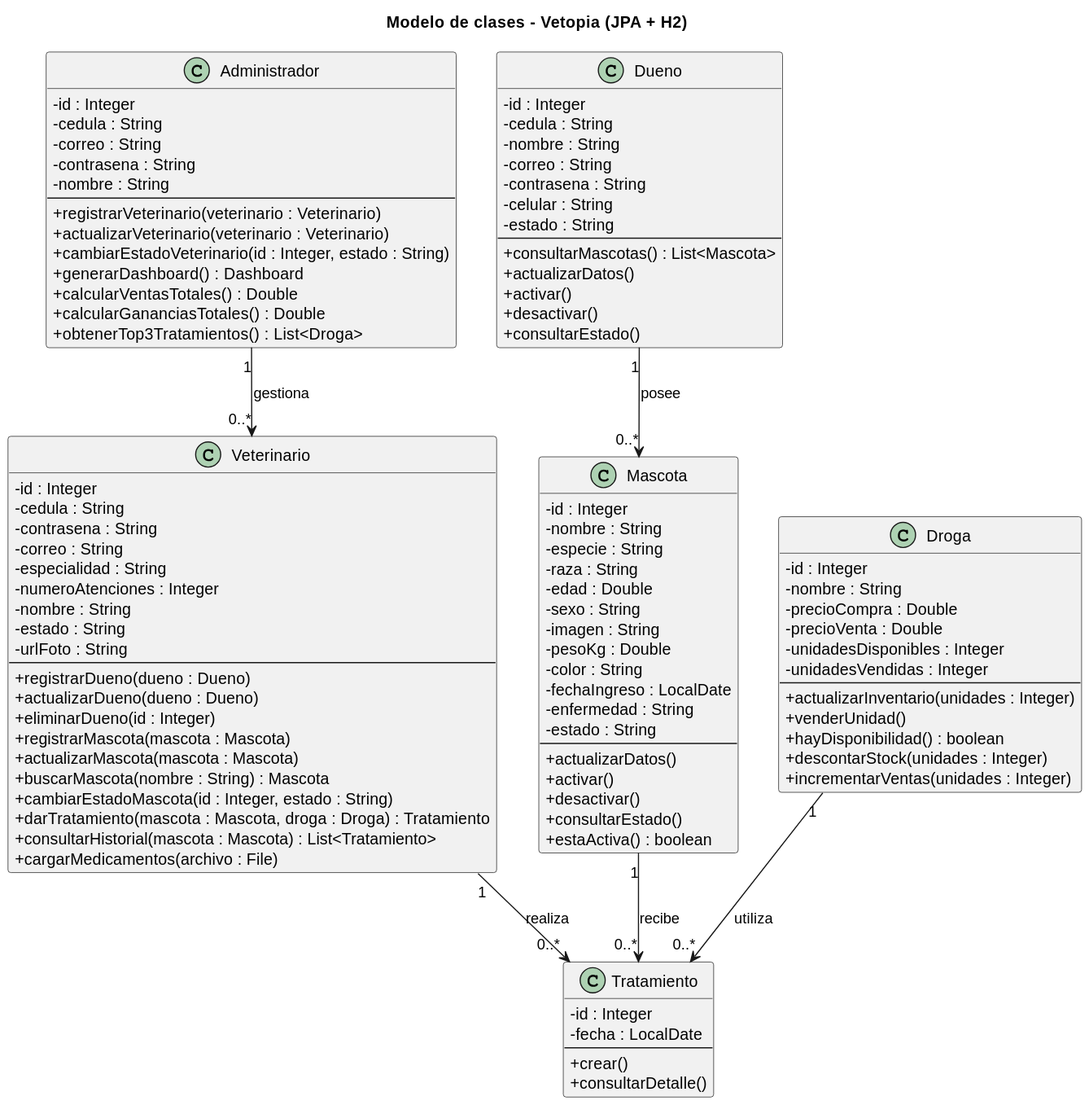
Above: docs/diagrams/class-diagram.svg in juandrodriguezf/veterinaria-web (PlantUML), before the change. Source of this version:
```plantuml
@startuml

title Modelo de clases - Vetopia (JPA + H2)

skinparam backgroundColor #FFFFFF
skinparam defaultFontName sans-serif
skinparam classAttributeIconSize 0
skinparam class {
  BackgroundColor #F1F1F1
  BorderColor #181818
}

class Administrador {
  - id : Integer
  - cedula : String
  - correo : String
  - contrasena : String
  - nombre : String
  --
  + registrarVeterinario(veterinario : Veterinario)
  + actualizarVeterinario(veterinario : Veterinario)
  + cambiarEstadoVeterinario(id : Integer, estado : String)
  + generarDashboard() : Dashboard
  + calcularVentasTotales() : Double
  + calcularGananciasTotales() : Double
  + obtenerTop3Tratamientos() : List<Droga>
}

class Dueno {
  - id : Integer
  - cedula : String
  - nombre : String
  - correo : String
  - contrasena : String
  - celular : String
  - estado : String
  --
  + consultarMascotas() : List<Mascota>
  + actualizarDatos()
  + activar()
  + desactivar()
  + consultarEstado()
}

class Veterinario {
  - id : Integer
  - cedula : String
  - contrasena : String
  - correo : String
  - especialidad : String
  - numeroAtenciones : Integer
  - nombre : String
  - estado : String
  - urlFoto : String
  --
  + registrarDueno(dueno : Dueno)
  + actualizarDueno(dueno : Dueno)
  + eliminarDueno(id : Integer)
  + registrarMascota(mascota : Mascota)
  + actualizarMascota(mascota : Mascota)
  + buscarMascota(nombre : String) : Mascota
  + cambiarEstadoMascota(id : Integer, estado : String)
  + darTratamiento(mascota : Mascota, droga : Droga) : Tratamiento
  + consultarHistorial(mascota : Mascota) : List<Tratamiento>
  + cargarMedicamentos(archivo : File)
}

class Mascota {
  - id : Integer
  - nombre : String
  - especie : String
  - raza : String
  - edad : Double
  - sexo : String
  - imagen : String
  - pesoKg : Double
  - color : String
  - fechaIngreso : LocalDate
  - enfermedad : String
  - estado : String
  --
  + actualizarDatos()
  + activar()
  + desactivar()
  + consultarEstado()
  + estaActiva() : boolean
}

class Tratamiento {
  - id : Integer
  - fecha : LocalDate
  --
  + crear()
  + consultarDetalle()
}

class Droga {
  - id : Integer
  - nombre : String
  - precioCompra : Double
  - precioVenta : Double
  - unidadesDisponibles : Integer
  - unidadesVendidas : Integer
  --
  + actualizarInventario(unidades : Integer)
  + venderUnidad()
  + hayDisponibilidad() : boolean
  + descontarStock(unidades : Integer)
  + incrementarVentas(unidades : Integer)
}

Administrador "1" --> "0..*" Veterinario : gestiona
Dueno "1" --> "0..*" Mascota : posee
Veterinario "1" --> "0..*" Tratamiento : realiza
Mascota "1" --> "0..*" Tratamiento : recibe
Droga "1" --> "0..*" Tratamiento : utiliza
@enduml
```
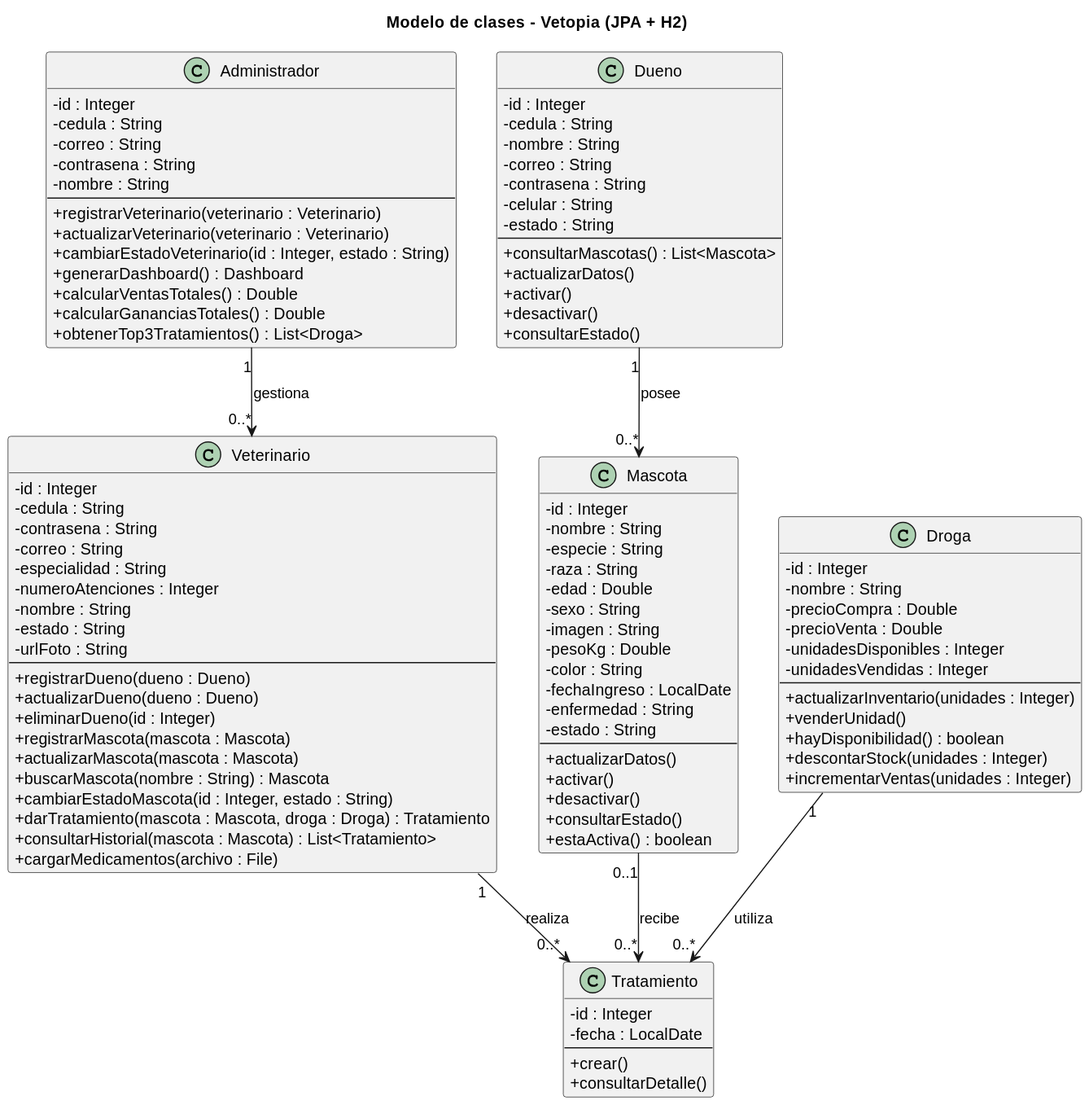
The same file after the commit.

Change to the diagram source:
```diff
@@ -112,6 +112,6 @@
 Administrador "1" --> "0..*" Veterinario : gestiona
 Dueno "1" --> "0..*" Mascota : posee
 Veterinario "1" --> "0..*" Tratamiento : realiza
-Mascota "1" --> "0..*" Tratamiento : recibe
+Mascota "0..1" --> "0..*" Tratamiento : recibe
 Droga "1" --> "0..*" Tratamiento : utiliza
 @enduml
```
